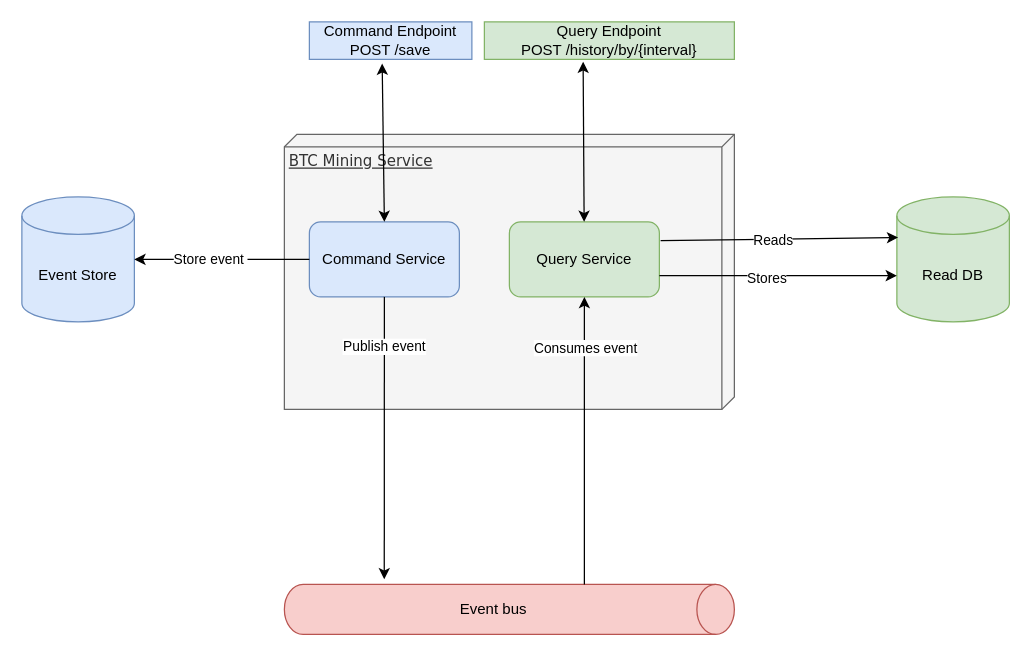
The draw.io diagram diagrams/componnt diagram.drawio in mainul35/anymind-test-project, before the edit. Source tidied: cells renumbered, new cells numbered last; positions are measured from the earlier drawing's top-left corner, leaving out a move shared by most shapes. Both pictures are drawn from the tidied source at 125%, with x=0, y=0 at pixel (21, 21).
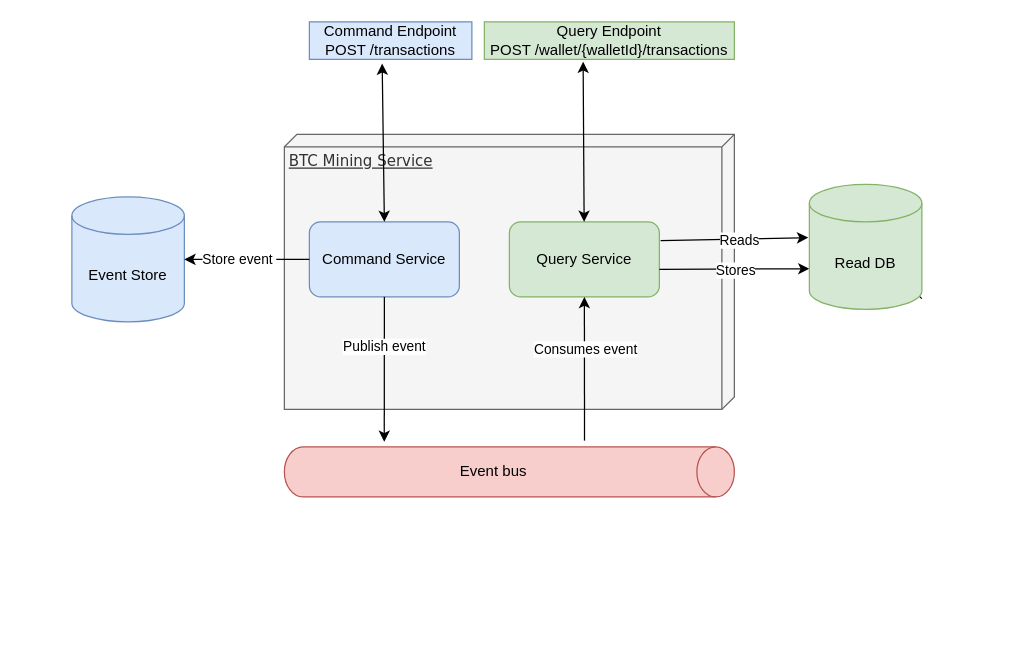
Above is the later version.

The change refers to these unchanged cells:
```xml
<mxCell id="3" value="Command Service" style="rounded=1;whiteSpace=wrap;html=1;fillColor=#dae8fc;strokeColor=#6c8ebf;" parent="1" vertex="1">
  <mxGeometry x="230" y="160" width="120" height="60" as="geometry" />
</mxCell>
<mxCell id="4" value="Query Service" style="rounded=1;whiteSpace=wrap;html=1;fillColor=#d5e8d4;strokeColor=#82b366;" parent="1" vertex="1">
  <mxGeometry x="390" y="160" width="120" height="60" as="geometry" />
</mxCell>
```

Diff of the diagram source:
```diff
@@
     <mxCell id="5" value="Event Store" style="shape=cylinder3;whiteSpace=wrap;html=1;boundedLbl=1;backgroundOutline=1;size=15;fillColor=#dae8fc;strokeColor=#6c8ebf;" parent="1" vertex="1">
-      <mxGeometry y="140" width="90" height="100" as="geometry" />
+      <mxGeometry x="40" y="140" width="90" height="100" as="geometry" />
     </mxCell>
@@
-    <mxCell id="8" value="Command Endpoint&lt;br&gt;POST /save" style="rounded=0;whiteSpace=wrap;html=1;fillColor=#dae8fc;strokeColor=#6c8ebf;" parent="1" vertex="1">
+    <mxCell id="8" value="Command Endpoint&lt;br&gt;POST /transactions" style="rounded=0;whiteSpace=wrap;html=1;fillColor=#dae8fc;strokeColor=#6c8ebf;" parent="1" vertex="1">
       <mxGeometry x="230" width="130" height="30" as="geometry" />
     </mxCell>
-    <mxCell id="9" value="Query Endpoint&lt;br&gt;POST /history/by/{interval}" style="rounded=0;whiteSpace=wrap;html=1;fillColor=#d5e8d4;strokeColor=#82b366;" parent="1" vertex="1">
+    <mxCell id="9" value="Query Endpoint&lt;br&gt;POST /wallet/{walletId}/transactions" style="rounded=0;whiteSpace=wrap;html=1;fillColor=#d5e8d4;strokeColor=#82b366;" parent="1" vertex="1">
       <mxGeometry x="370" width="200" height="30" as="geometry" />
     </mxCell>
-    <mxCell id="10" value="Read DB" style="shape=cylinder3;whiteSpace=wrap;html=1;boundedLbl=1;backgroundOutline=1;size=15;fillColor=#d5e8d4;strokeColor=#82b366;" parent="1" vertex="1">
-      <mxGeometry x="700" y="140" width="90" height="100" as="geometry" />
-    </mxCell>
-    <mxCell id="11" style="endArrow=classic;html=1;rounded=0;entryX=0;entryY=0;entryDx=0;entryDy=32.5;entryPerimeter=0;exitX=1;exitY=0.25;exitDx=0;exitDy=0;" parent="1" edge="1">
+    <mxCell id="11" style="endArrow=classic;html=1;rounded=0;entryX=0;entryY=0;entryDx=0;entryDy=32.5;entryPerimeter=0;exitX=1;exitY=0.25;exitDx=0;exitDy=0;" parent="1" edge="1" source="10">
       <mxGeometry relative="1" as="geometry">
-        <mxPoint x="511" y="175" as="sourcePoint" />
         <mxPoint x="701" y="172.5" as="targetPoint" />
       </mxGeometry>
     </mxCell>
-    <mxCell id="12" value="Reads" style="edgeLabel;html=1;align=center;verticalAlign=middle;" parent="11" vertex="1">
-      <mxGeometry x="-0.24" relative="1" as="geometry">
-        <mxPoint x="18" as="offset" />
-      </mxGeometry>
-    </mxCell>
     <mxCell id="13" value="Event bus" style="shape=cylinder3;whiteSpace=wrap;html=1;boundedLbl=1;backgroundOutline=1;size=15;direction=south;fillColor=#f8cecc;strokeColor=#b85450;" parent="1" vertex="1">
-      <mxGeometry x="210" y="450" width="360" height="40" as="geometry" />
+      <mxGeometry x="210" y="340" width="360" height="40" as="geometry" />
     </mxCell>
     <mxCell id="14" value="Publish event" style="endArrow=classic;html=1;rounded=0;exitX=0.5;exitY=1;exitDx=0;exitDy=0;entryX=-0.1;entryY=0.778;entryDx=0;entryDy=0;entryPerimeter=0;" parent="1" edge="1" source="3" target="13">
-      <mxGeometry x="-0.65" relative="1" as="geometry" />
+      <mxGeometry x="-0.31" relative="1" as="geometry" />
     </mxCell>
-    <mxCell id="15" style="endArrow=classic;html=1;rounded=0;entryX=0.5;entryY=1;entryDx=0;entryDy=0;" parent="1" edge="1" target="4">
-      <mxGeometry relative="1" as="geometry">
-        <mxPoint x="450" y="450" as="sourcePoint" />
-      </mxGeometry>
+    <mxCell id="15" style="endArrow=classic;html=1;rounded=0;entryX=0.5;entryY=1;entryDx=0;entryDy=0;exitX=-0.125;exitY=0.333;exitDx=0;exitDy=0;exitPerimeter=0;" parent="1" edge="1" source="13" target="4">
+      <mxGeometry relative="1" as="geometry" />
     </mxCell>
     <mxCell id="16" value="Consumes event" style="edgeLabel;html=1;align=center;verticalAlign=middle;" parent="15" vertex="1">
       <mxGeometry x="0.26" y="1" relative="1" as="geometry">
-        <mxPoint x="1" y="-45" as="offset" />
+        <mxPoint x="1" y="-2" as="offset" />
       </mxGeometry>
     </mxCell>
@@
-    <mxCell id="19" style="endArrow=classic;html=1;rounded=0;" parent="1" edge="1">
+    <mxCell id="19" style="endArrow=classic;html=1;rounded=0;" parent="1" edge="1" source="10">
       <mxGeometry relative="1" as="geometry">
-        <mxPoint x="510" y="203" as="sourcePoint" />
         <mxPoint x="700" y="203" as="targetPoint" />
       </mxGeometry>
     </mxCell>
+    <mxCell id="21" style="endArrow=classic;html=1;rounded=0;entryX=0;entryY=0;entryDx=0;entryDy=67.5;entryPerimeter=0;" parent="1" edge="1" target="10">
+      <mxGeometry relative="1" as="geometry">
+        <mxPoint x="510" y="198" as="sourcePoint" />
+      </mxGeometry>
+    </mxCell>
-    <mxCell id="20" value="Stores" style="edgeLabel;html=1;align=center;verticalAlign=middle;" parent="19" vertex="1">
+    <mxCell id="20" value="Stores" style="edgeLabel;html=1;align=center;verticalAlign=middle;" parent="21" vertex="1">
       <mxGeometry x="-0.28" y="-1" relative="1" as="geometry">
         <mxPoint x="17" as="offset" />
       </mxGeometry>
     </mxCell>
+    <mxCell id="22" style="endArrow=classic;html=1;rounded=0;entryX=-0.011;entryY=0.426;entryDx=0;entryDy=0;entryPerimeter=0;exitX=1;exitY=0.25;exitDx=0;exitDy=0;" parent="1" edge="1" target="10">
+      <mxGeometry relative="1" as="geometry">
+        <mxPoint x="511" y="175" as="sourcePoint" />
+      </mxGeometry>
+    </mxCell>
+    <mxCell id="12" value="Reads" style="edgeLabel;html=1;align=center;verticalAlign=middle;" parent="22" vertex="1">
+      <mxGeometry x="-0.24" relative="1" as="geometry">
+        <mxPoint x="18" as="offset" />
+      </mxGeometry>
+    </mxCell>
+    <mxCell id="10" value="Read DB" style="shape=cylinder3;whiteSpace=wrap;html=1;boundedLbl=1;backgroundOutline=1;size=15;fillColor=#d5e8d4;strokeColor=#82b366;" parent="1" vertex="1">
+      <mxGeometry x="630" y="130" width="90" height="100" as="geometry" />
+    </mxCell>
```
